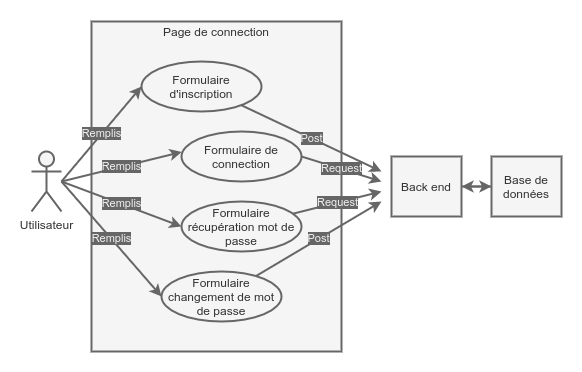
Earlier version of the draw.io export connection-usage.drawio.png (TanguyLunais-Robin/TestTest2020). Source tidied: cells renumbered, new cells last; positions are measured from the earlier drawing's top-left corner, leaving out a move shared by most shapes. Its diagram source:
```xml
<mxGraphModel>
  <root>
    <mxCell id="0" />
    <mxCell id="1" parent="0" />
    <mxCell id="2" style="rounded=0;whiteSpace=wrap;html=1;strokeWidth=2;fillColor=#FFFFFF;strokeColor=none;" parent="1" vertex="1">
      <mxGeometry width="580" height="370" as="geometry" />
    </mxCell>
    <mxCell id="3" style="rounded=0;whiteSpace=wrap;html=1;strokeWidth=2;fillColor=#f5f5f5;strokeColor=#666666;fontColor=#333333;" parent="1" vertex="1">
      <mxGeometry x="90" y="20" width="250" height="330" as="geometry" />
    </mxCell>
    <mxCell id="4" value="Remplis" style="rounded=0;jettySize=auto;html=1;entryX=0.002;entryY=0.409;entryDx=0;entryDy=0;entryPerimeter=0;strokeWidth=2;fillColor=#f5f5f5;strokeColor=#666666;labelBackgroundColor=#666666;fontColor=#F0F0F0;" parent="1" edge="1" target="12">
      <mxGeometry relative="1" as="geometry">
        <mxPoint x="60" y="180" as="sourcePoint" />
      </mxGeometry>
    </mxCell>
    <mxCell id="5" value="Remplis" style="rounded=0;jettySize=auto;html=1;entryX=0;entryY=0.5;entryDx=0;entryDy=0;strokeWidth=2;fillColor=#f5f5f5;strokeColor=#666666;labelBackgroundColor=#666666;fontColor=#F0F0F0;" parent="1" edge="1" target="10">
      <mxGeometry relative="1" as="geometry">
        <mxPoint x="60" y="180" as="sourcePoint" />
      </mxGeometry>
    </mxCell>
    <mxCell id="6" value="Remplis" style="rounded=0;jettySize=auto;html=1;entryX=0;entryY=0.5;entryDx=0;entryDy=0;strokeWidth=2;fillColor=#f5f5f5;strokeColor=#666666;labelBackgroundColor=#666666;fontColor=#F0F0F0;" parent="1" edge="1" target="14">
      <mxGeometry relative="1" as="geometry">
        <mxPoint x="60" y="180" as="sourcePoint" />
      </mxGeometry>
    </mxCell>
    <mxCell id="7" value="Utilisateur" style="shape=umlActor;verticalLabelPosition=bottom;verticalAlign=top;html=1;strokeWidth=2;fillColor=#f5f5f5;strokeColor=#666666;fontColor=#333333;" parent="1" vertex="1">
      <mxGeometry x="30" y="150" width="30" height="60" as="geometry" />
    </mxCell>
    <mxCell id="8" value="Page de connection" style="text;html=1;align=center;verticalAlign=middle;whiteSpace=wrap;rounded=0;strokeWidth=2;fontColor=#333333;" parent="1" vertex="1">
      <mxGeometry x="150" y="20" width="130" height="20" as="geometry" />
    </mxCell>
    <mxCell id="9" value="Post" style="edgeStyle=none;rounded=0;jettySize=auto;html=1;strokeWidth=2;fillColor=#f5f5f5;strokeColor=#666666;labelBackgroundColor=#666666;fontColor=#F0F0F0;" parent="1" edge="1" source="10">
      <mxGeometry relative="1" as="geometry">
        <mxPoint x="380" y="170" as="targetPoint" />
      </mxGeometry>
    </mxCell>
    <mxCell id="10" value="Formulaire d'inscription" style="ellipse;whiteSpace=wrap;html=1;strokeWidth=2;fillColor=#f5f5f5;strokeColor=#666666;fontColor=#333333;" parent="1" vertex="1">
      <mxGeometry x="140" y="60" width="120" height="50" as="geometry" />
    </mxCell>
    <mxCell id="11" value="Request" style="edgeStyle=none;rounded=0;jettySize=auto;html=1;exitX=1;exitY=0.5;exitDx=0;exitDy=0;strokeWidth=2;fillColor=#f5f5f5;strokeColor=#666666;labelBackgroundColor=#666666;fontColor=#F0F0F0;" parent="1" edge="1" source="12">
      <mxGeometry relative="1" as="geometry">
        <mxPoint x="380" y="180" as="targetPoint" />
      </mxGeometry>
    </mxCell>
    <mxCell id="12" value="Formulaire de connection" style="ellipse;whiteSpace=wrap;html=1;strokeWidth=2;fillColor=#f5f5f5;strokeColor=#666666;fontColor=#333333;" parent="1" vertex="1">
      <mxGeometry x="180" y="130" width="120" height="50" as="geometry" />
    </mxCell>
    <mxCell id="13" value="Request" style="edgeStyle=none;rounded=0;jettySize=auto;html=1;strokeWidth=2;fillColor=#f5f5f5;strokeColor=#666666;labelBackgroundColor=#666666;fontColor=#F0F0F0;" parent="1" edge="1" source="14">
      <mxGeometry relative="1" as="geometry">
        <mxPoint x="380" y="190" as="targetPoint" />
      </mxGeometry>
    </mxCell>
    <mxCell id="14" value="Formulaire récupération mot de passe" style="ellipse;whiteSpace=wrap;html=1;strokeWidth=2;fillColor=#f5f5f5;strokeColor=#666666;fontColor=#333333;" parent="1" vertex="1">
      <mxGeometry x="180" y="200" width="120" height="50" as="geometry" />
    </mxCell>
    <mxCell id="15" style="edgeStyle=none;rounded=0;jettySize=auto;html=1;entryX=0;entryY=0.5;entryDx=0;entryDy=0;strokeWidth=2;fillColor=#f5f5f5;strokeColor=#666666;" parent="1" edge="1" source="16" target="18">
      <mxGeometry relative="1" as="geometry" />
    </mxCell>
    <mxCell id="16" value="Back end" style="rounded=0;whiteSpace=wrap;html=1;strokeWidth=2;fillColor=#f5f5f5;strokeColor=#666666;fontColor=#333333;" parent="1" vertex="1">
      <mxGeometry x="390" y="155" width="70" height="60" as="geometry" />
    </mxCell>
    <mxCell id="17" style="edgeStyle=none;rounded=0;jettySize=auto;html=1;entryX=1;entryY=0.5;entryDx=0;entryDy=0;strokeWidth=2;fillColor=#f5f5f5;strokeColor=#666666;" parent="1" edge="1" source="18" target="16">
      <mxGeometry relative="1" as="geometry" />
    </mxCell>
    <mxCell id="18" value="Base de données" style="rounded=0;whiteSpace=wrap;html=1;strokeWidth=2;fillColor=#f5f5f5;strokeColor=#666666;fontColor=#333333;" parent="1" vertex="1">
      <mxGeometry x="490" y="155" width="70" height="60" as="geometry" />
    </mxCell>
    <mxCell id="19" value="Post" style="edgeStyle=none;rounded=0;jettySize=auto;html=1;strokeWidth=2;fillColor=#f5f5f5;strokeColor=#666666;labelBackgroundColor=#666666;fontColor=#F0F0F0;" parent="1" edge="1" source="20">
      <mxGeometry relative="1" as="geometry">
        <mxPoint x="380" y="200" as="targetPoint" />
      </mxGeometry>
    </mxCell>
    <mxCell id="20" value="Formulaire changement de mot de passe" style="ellipse;whiteSpace=wrap;html=1;strokeWidth=2;fillColor=#f5f5f5;strokeColor=#666666;fontColor=#333333;" parent="1" vertex="1">
      <mxGeometry x="160" y="270" width="120" height="50" as="geometry" />
    </mxCell>
    <mxCell id="21" value="Remplis" style="rounded=0;jettySize=auto;html=1;entryX=0;entryY=0.5;entryDx=0;entryDy=0;strokeWidth=2;fillColor=#f5f5f5;strokeColor=#666666;labelBackgroundColor=#666666;fontColor=#F0F0F0;" parent="1" edge="1" target="20">
      <mxGeometry relative="1" as="geometry">
        <mxPoint x="60" y="180" as="sourcePoint" />
      </mxGeometry>
    </mxCell>
  </root>
</mxGraphModel>
```
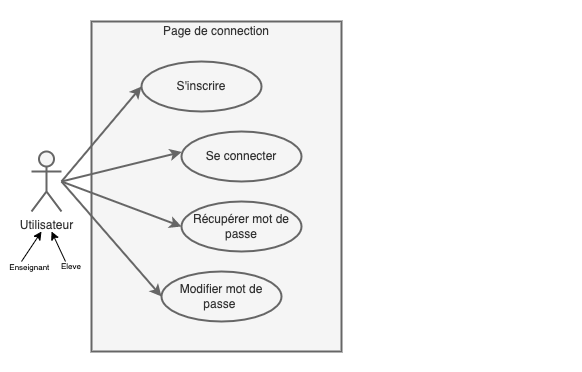
Later version of the same file.

Change to the diagram source:
```diff
@@ -8,17 +8,17 @@
     <mxCell id="3" style="rounded=0;whiteSpace=wrap;html=1;strokeWidth=2;fillColor=#f5f5f5;strokeColor=#666666;fontColor=#333333;" parent="1" vertex="1">
       <mxGeometry x="90" y="20" width="250" height="330" as="geometry" />
     </mxCell>
-    <mxCell id="4" value="Remplis" style="rounded=0;jettySize=auto;html=1;entryX=0.002;entryY=0.409;entryDx=0;entryDy=0;entryPerimeter=0;strokeWidth=2;fillColor=#f5f5f5;strokeColor=#666666;labelBackgroundColor=#666666;fontColor=#F0F0F0;" parent="1" edge="1" target="12">
+    <mxCell id="4" style="rounded=0;jettySize=auto;html=1;entryX=0.002;entryY=0.409;entryDx=0;entryDy=0;entryPerimeter=0;strokeWidth=2;fillColor=#f5f5f5;strokeColor=#666666;labelBackgroundColor=#666666;fontColor=#F0F0F0;" parent="1" edge="1" target="12">
       <mxGeometry relative="1" as="geometry">
         <mxPoint x="60" y="180" as="sourcePoint" />
       </mxGeometry>
     </mxCell>
-    <mxCell id="5" value="Remplis" style="rounded=0;jettySize=auto;html=1;entryX=0;entryY=0.5;entryDx=0;entryDy=0;strokeWidth=2;fillColor=#f5f5f5;strokeColor=#666666;labelBackgroundColor=#666666;fontColor=#F0F0F0;" parent="1" edge="1" target="10">
+    <mxCell id="5" style="rounded=0;jettySize=auto;html=1;entryX=0;entryY=0.5;entryDx=0;entryDy=0;strokeWidth=2;fillColor=#f5f5f5;strokeColor=#666666;labelBackgroundColor=#666666;fontColor=#F0F0F0;" parent="1" edge="1" target="10">
       <mxGeometry relative="1" as="geometry">
         <mxPoint x="60" y="180" as="sourcePoint" />
       </mxGeometry>
     </mxCell>
-    <mxCell id="6" value="Remplis" style="rounded=0;jettySize=auto;html=1;entryX=0;entryY=0.5;entryDx=0;entryDy=0;strokeWidth=2;fillColor=#f5f5f5;strokeColor=#666666;labelBackgroundColor=#666666;fontColor=#F0F0F0;" parent="1" edge="1" target="14">
+    <mxCell id="6" style="rounded=0;jettySize=auto;html=1;entryX=0;entryY=0.5;entryDx=0;entryDy=0;strokeWidth=2;fillColor=#f5f5f5;strokeColor=#666666;labelBackgroundColor=#666666;fontColor=#F0F0F0;" parent="1" edge="1" target="14">
       <mxGeometry relative="1" as="geometry">
         <mxPoint x="60" y="180" as="sourcePoint" />
       </mxGeometry>
@@ -29,54 +29,40 @@
     <mxCell id="8" value="Page de connection" style="text;html=1;align=center;verticalAlign=middle;whiteSpace=wrap;rounded=0;strokeWidth=2;fontColor=#333333;" parent="1" vertex="1">
       <mxGeometry x="150" y="20" width="130" height="20" as="geometry" />
     </mxCell>
-    <mxCell id="9" value="Post" style="edgeStyle=none;rounded=0;jettySize=auto;html=1;strokeWidth=2;fillColor=#f5f5f5;strokeColor=#666666;labelBackgroundColor=#666666;fontColor=#F0F0F0;" parent="1" edge="1" source="10">
-      <mxGeometry relative="1" as="geometry">
-        <mxPoint x="380" y="170" as="targetPoint" />
-      </mxGeometry>
-    </mxCell>
-    <mxCell id="10" value="Formulaire d'inscription" style="ellipse;whiteSpace=wrap;html=1;strokeWidth=2;fillColor=#f5f5f5;strokeColor=#666666;fontColor=#333333;" parent="1" vertex="1">
+    <mxCell id="10" value="S'inscrire" style="ellipse;whiteSpace=wrap;html=1;strokeWidth=2;fillColor=#f5f5f5;strokeColor=#666666;fontColor=#333333;" parent="1" vertex="1">
       <mxGeometry x="140" y="60" width="120" height="50" as="geometry" />
     </mxCell>
-    <mxCell id="11" value="Request" style="edgeStyle=none;rounded=0;jettySize=auto;html=1;exitX=1;exitY=0.5;exitDx=0;exitDy=0;strokeWidth=2;fillColor=#f5f5f5;strokeColor=#666666;labelBackgroundColor=#666666;fontColor=#F0F0F0;" parent="1" edge="1" source="12">
-      <mxGeometry relative="1" as="geometry">
-        <mxPoint x="380" y="180" as="targetPoint" />
-      </mxGeometry>
-    </mxCell>
-    <mxCell id="12" value="Formulaire de connection" style="ellipse;whiteSpace=wrap;html=1;strokeWidth=2;fillColor=#f5f5f5;strokeColor=#666666;fontColor=#333333;" parent="1" vertex="1">
+    <mxCell id="12" value="Se connecter" style="ellipse;whiteSpace=wrap;html=1;strokeWidth=2;fillColor=#f5f5f5;strokeColor=#666666;fontColor=#333333;" parent="1" vertex="1">
       <mxGeometry x="180" y="130" width="120" height="50" as="geometry" />
     </mxCell>
-    <mxCell id="13" value="Request" style="edgeStyle=none;rounded=0;jettySize=auto;html=1;strokeWidth=2;fillColor=#f5f5f5;strokeColor=#666666;labelBackgroundColor=#666666;fontColor=#F0F0F0;" parent="1" edge="1" source="14">
-      <mxGeometry relative="1" as="geometry">
-        <mxPoint x="380" y="190" as="targetPoint" />
-      </mxGeometry>
-    </mxCell>
-    <mxCell id="14" value="Formulaire récupération mot de passe" style="ellipse;whiteSpace=wrap;html=1;strokeWidth=2;fillColor=#f5f5f5;strokeColor=#666666;fontColor=#333333;" parent="1" vertex="1">
+    <mxCell id="14" value="Récupérer mot de passe" style="ellipse;whiteSpace=wrap;html=1;strokeWidth=2;fillColor=#f5f5f5;strokeColor=#666666;fontColor=#333333;" parent="1" vertex="1">
       <mxGeometry x="180" y="200" width="120" height="50" as="geometry" />
     </mxCell>
-    <mxCell id="15" style="edgeStyle=none;rounded=0;jettySize=auto;html=1;entryX=0;entryY=0.5;entryDx=0;entryDy=0;strokeWidth=2;fillColor=#f5f5f5;strokeColor=#666666;" parent="1" edge="1" source="16" target="18">
-      <mxGeometry relative="1" as="geometry" />
-    </mxCell>
-    <mxCell id="16" value="Back end" style="rounded=0;whiteSpace=wrap;html=1;strokeWidth=2;fillColor=#f5f5f5;strokeColor=#666666;fontColor=#333333;" parent="1" vertex="1">
-      <mxGeometry x="390" y="155" width="70" height="60" as="geometry" />
-    </mxCell>
-    <mxCell id="17" style="edgeStyle=none;rounded=0;jettySize=auto;html=1;entryX=1;entryY=0.5;entryDx=0;entryDy=0;strokeWidth=2;fillColor=#f5f5f5;strokeColor=#666666;" parent="1" edge="1" source="18" target="16">
-      <mxGeometry relative="1" as="geometry" />
-    </mxCell>
-    <mxCell id="18" value="Base de données" style="rounded=0;whiteSpace=wrap;html=1;strokeWidth=2;fillColor=#f5f5f5;strokeColor=#666666;fontColor=#333333;" parent="1" vertex="1">
-      <mxGeometry x="490" y="155" width="70" height="60" as="geometry" />
-    </mxCell>
-    <mxCell id="19" value="Post" style="edgeStyle=none;rounded=0;jettySize=auto;html=1;strokeWidth=2;fillColor=#f5f5f5;strokeColor=#666666;labelBackgroundColor=#666666;fontColor=#F0F0F0;" parent="1" edge="1" source="20">
-      <mxGeometry relative="1" as="geometry">
-        <mxPoint x="380" y="200" as="targetPoint" />
-      </mxGeometry>
-    </mxCell>
-    <mxCell id="20" value="Formulaire changement de mot de passe" style="ellipse;whiteSpace=wrap;html=1;strokeWidth=2;fillColor=#f5f5f5;strokeColor=#666666;fontColor=#333333;" parent="1" vertex="1">
+    <mxCell id="20" value="Modifier mot de passe&amp;nbsp;" style="ellipse;whiteSpace=wrap;html=1;strokeWidth=2;fillColor=#f5f5f5;strokeColor=#666666;fontColor=#333333;" parent="1" vertex="1">
       <mxGeometry x="160" y="270" width="120" height="50" as="geometry" />
     </mxCell>
-    <mxCell id="21" value="Remplis" style="rounded=0;jettySize=auto;html=1;entryX=0;entryY=0.5;entryDx=0;entryDy=0;strokeWidth=2;fillColor=#f5f5f5;strokeColor=#666666;labelBackgroundColor=#666666;fontColor=#F0F0F0;" parent="1" edge="1" target="20">
+    <mxCell id="21" style="rounded=0;jettySize=auto;html=1;entryX=0;entryY=0.5;entryDx=0;entryDy=0;strokeWidth=2;fillColor=#f5f5f5;strokeColor=#666666;labelBackgroundColor=#666666;fontColor=#F0F0F0;" parent="1" edge="1" target="20">
       <mxGeometry relative="1" as="geometry">
         <mxPoint x="60" y="180" as="sourcePoint" />
       </mxGeometry>
     </mxCell>
+    <mxCell id="22" style="endArrow=classic;html=1;rounded=0;" parent="1" edge="1">
+      <mxGeometry relative="1" as="geometry">
+        <mxPoint x="64" y="260" as="sourcePoint" />
+        <mxPoint x="50" y="230" as="targetPoint" />
+      </mxGeometry>
+    </mxCell>
+    <mxCell id="23" style="endArrow=classic;html=1;rounded=0;" parent="1" edge="1">
+      <mxGeometry relative="1" as="geometry">
+        <mxPoint x="20" y="260" as="sourcePoint" />
+        <mxPoint x="40" y="230" as="targetPoint" />
+      </mxGeometry>
+    </mxCell>
+    <mxCell id="24" value="&lt;font style=&quot;font-size: 8px&quot;&gt;Enseignant&lt;/font&gt;&amp;nbsp;" style="text;html=1;strokeColor=none;fillColor=none;align=center;verticalAlign=middle;whiteSpace=wrap;rounded=0;" parent="1" vertex="1">
+      <mxGeometry y="250" width="60" height="30" as="geometry" />
+    </mxCell>
+    <mxCell id="25" value="Eleve" style="text;html=1;strokeColor=none;fillColor=none;align=center;verticalAlign=middle;whiteSpace=wrap;rounded=0;fontSize=8;" parent="1" vertex="1">
+      <mxGeometry x="40" y="250" width="60" height="30" as="geometry" />
+    </mxCell>
   </root>
 </mxGraphModel>
```
